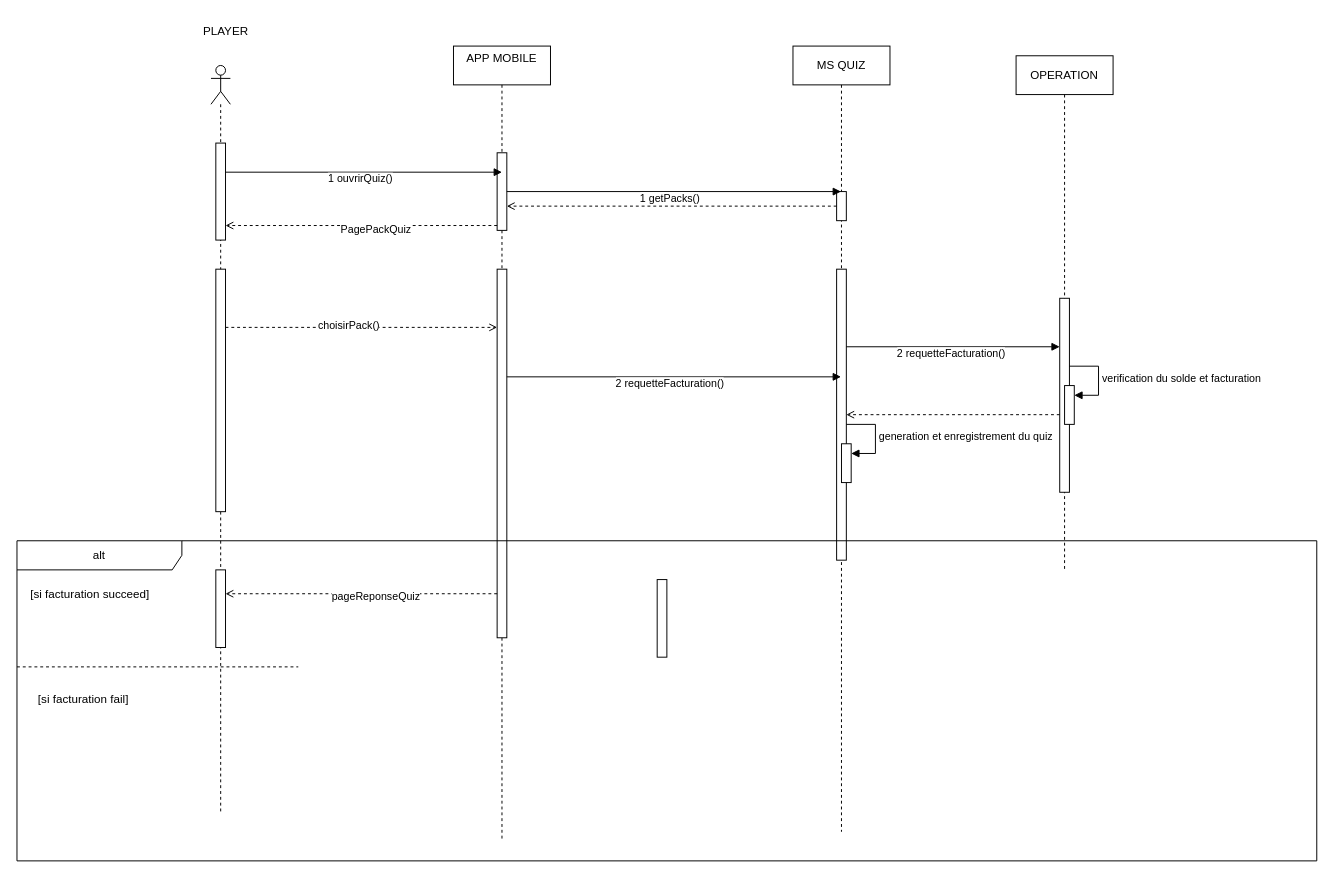
The draw.io diagram page "DS-JOUER-QUIZ-APP" (3 of 5) of QuizDiagram.drawio in kbvac/Diagramme-UML, before the edit. Source tidied: cells renumbered, new cells numbered last; positions are measured from the earlier drawing's top-left corner, leaving out a move shared by most shapes. Both pictures are drawn from the tidied source at 97%, with x=0, y=0 at pixel (16, 16).
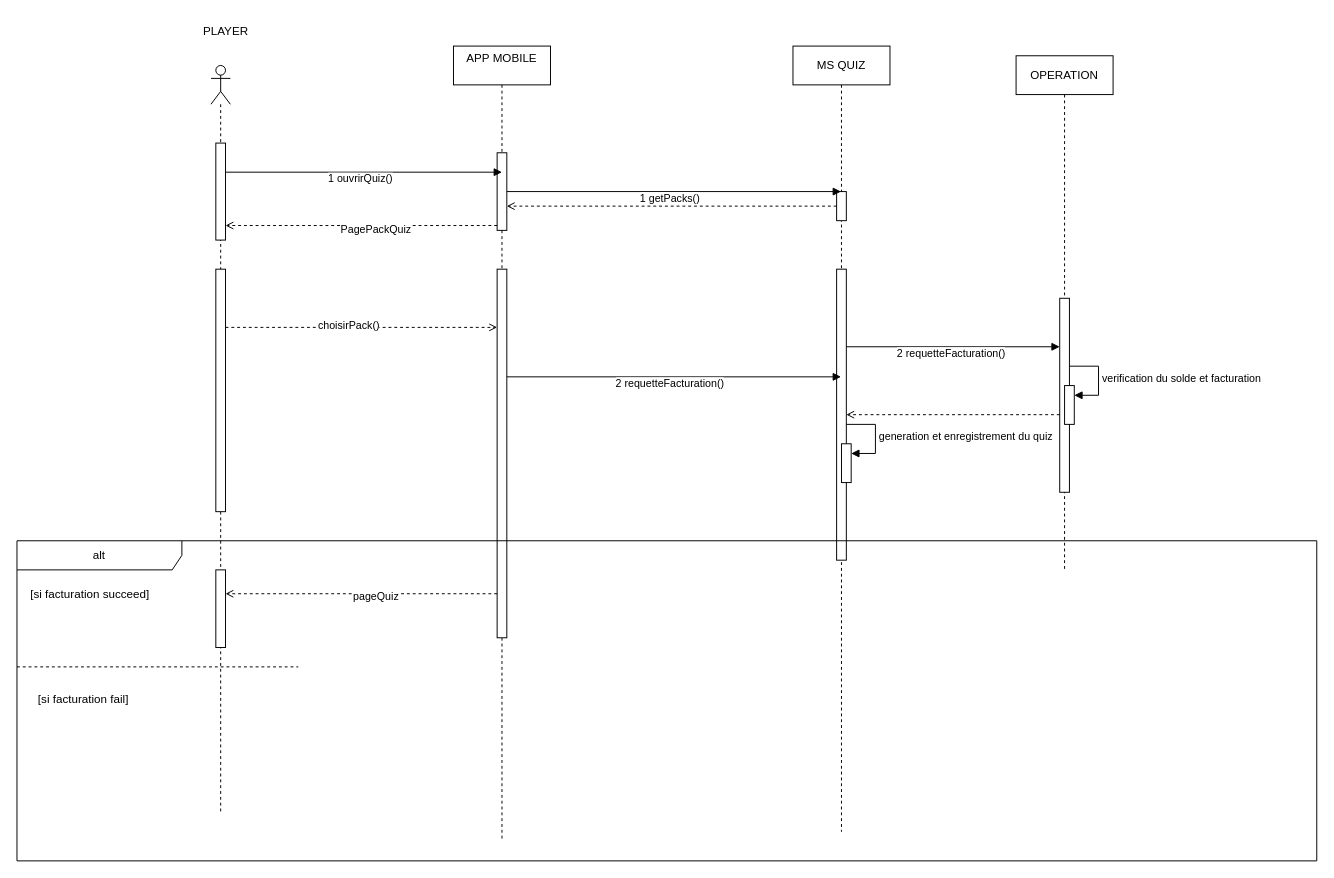
The same page after the edit.

Unchanged cells that the change refers to:
```xml
<mxCell id="35" style="html=1;verticalAlign=bottom;labelBackgroundColor=none;endArrow=open;endFill=0;dashed=1;rounded=0;" parent="32" edge="1" target="37">
  <mxGeometry relative="1" as="geometry">
    <mxPoint x="495" y="54.6" as="sourcePoint" />
  </mxGeometry>
</mxCell>
```

The edit, as a diff of the source:
```diff
@@
-    <mxCell id="36" value="pageReponseQuiz" style="edgeLabel;html=1;align=center;verticalAlign=middle;" parent="35" vertex="1">
+    <mxCell id="36" value="pageQuiz" style="edgeLabel;html=1;align=center;verticalAlign=middle;" parent="35" vertex="1">
       <mxGeometry x="-0.1" y="3" relative="1" as="geometry" />
     </mxCell>
@@
-    <mxCell id="38" style="html=1;perimeter=orthogonalPerimeter;targetShapes=umlLifeline;newEdgeStyle={&quot;curved&quot;:0,&quot;rounded&quot;:0};" parent="1" vertex="1">
-      <mxGeometry x="660" y="580" width="10" height="80" as="geometry" />
-    </mxCell>
```
